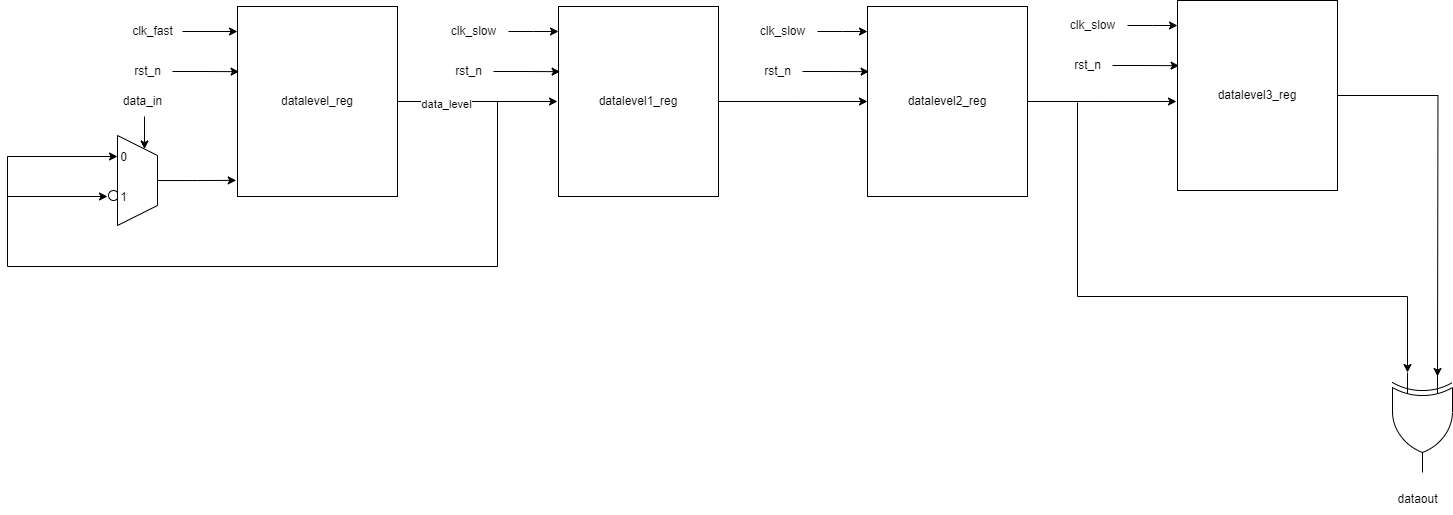
The draw.io diagram digital_circuit/pulse_detect.png in rong-hash/chipgptv_img, before a commit. Source tidied: cells renumbered, new cells last; positions are measured from the earlier drawing's top-left corner, leaving out a move shared by most shapes.
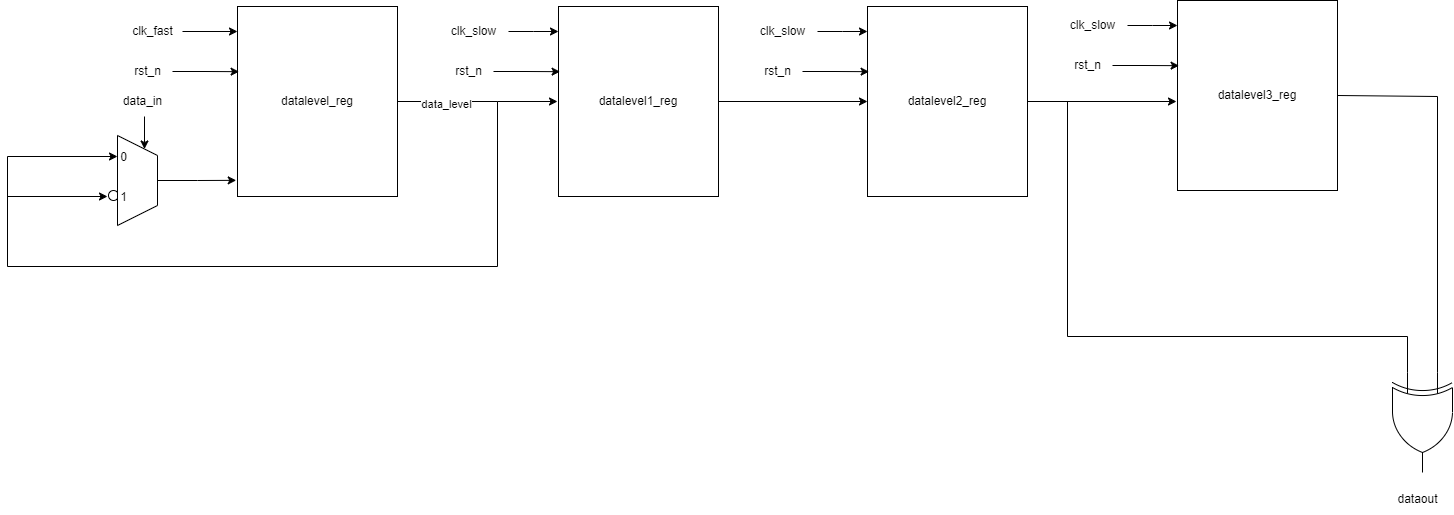
The same diagram one commit later.

Commit message:
update pulse_detect image

The edit, as a diff of the source:
```diff
@@ -112,11 +112,6 @@
     <mxCell id="29" style="edgeStyle=orthogonalEdgeStyle;rounded=0;jettySize=auto;html=1;entryX=0.01;entryY=0.343;entryDx=0;entryDy=0;entryPerimeter=0;" parent="1" edge="1" source="27" target="25">
       <mxGeometry relative="1" as="geometry" />
     </mxCell>
-    <mxCell id="30" style="edgeStyle=orthogonalEdgeStyle;rounded=0;jettySize=auto;html=1;" parent="1" edge="1" source="31">
-      <mxGeometry relative="1" as="geometry">
-        <mxPoint x="1430" y="376" as="targetPoint" />
-      </mxGeometry>
-    </mxCell>
     <mxCell id="31" value="datalevel3_reg" style="whiteSpace=wrap;html=1;" parent="1" vertex="1">
       <mxGeometry x="1170" width="160" height="190" as="geometry" />
     </mxCell>
@@ -134,21 +129,27 @@
     <mxCell id="35" style="edgeStyle=orthogonalEdgeStyle;rounded=0;jettySize=auto;html=1;entryX=0.01;entryY=0.343;entryDx=0;entryDy=0;entryPerimeter=0;" parent="1" edge="1" source="33" target="31">
       <mxGeometry relative="1" as="geometry" />
     </mxCell>
-    <mxCell id="36" style="endArrow=classic;html=1;rounded=0;" parent="1" edge="1">
-      <mxGeometry relative="1" as="geometry">
-        <mxPoint x="1070" y="102" as="sourcePoint" />
-        <mxPoint x="1400" y="372" as="targetPoint" />
-        <Array as="points">
-          <mxPoint x="1070" y="296" />
-          <mxPoint x="1400" y="296" />
-        </Array>
-      </mxGeometry>
-    </mxCell>
     <mxCell id="37" style="verticalLabelPosition=bottom;shadow=0;dashed=0;align=center;html=1;verticalAlign=top;shape=mxgraph.electrical.logic_gates.logic_gate;operation=xor;rotation=90;" parent="1" vertex="1">
       <mxGeometry x="1365" y="392" width="100" height="60" as="geometry" />
     </mxCell>
     <mxCell id="38" value="dataout" style="text;html=1;align=center;verticalAlign=middle;strokeColor=none;fillColor=none;" parent="1" vertex="1">
       <mxGeometry x="1380" y="484" width="60" height="30" as="geometry" />
     </mxCell>
+    <mxCell id="39" style="endArrow=none;html=1;rounded=0;exitX=0;exitY=0.75;exitDx=0;exitDy=0;exitPerimeter=0;" parent="1" edge="1" source="37">
+      <mxGeometry relative="1" as="geometry">
+        <mxPoint x="1060" y="101" as="targetPoint" />
+        <Array as="points">
+          <mxPoint x="1400" y="336" />
+          <mxPoint x="1060" y="336" />
+        </Array>
+      </mxGeometry>
+    </mxCell>
+    <mxCell id="40" style="endArrow=none;html=1;rounded=0;exitX=1;exitY=0.5;exitDx=0;exitDy=0;entryX=0;entryY=0.25;entryDx=0;entryDy=0;entryPerimeter=0;" parent="1" edge="1" source="31" target="37">
+      <mxGeometry relative="1" as="geometry">
+        <Array as="points">
+          <mxPoint x="1430" y="96" />
+        </Array>
+      </mxGeometry>
+    </mxCell>
   </root>
 </mxGraphModel>
```
